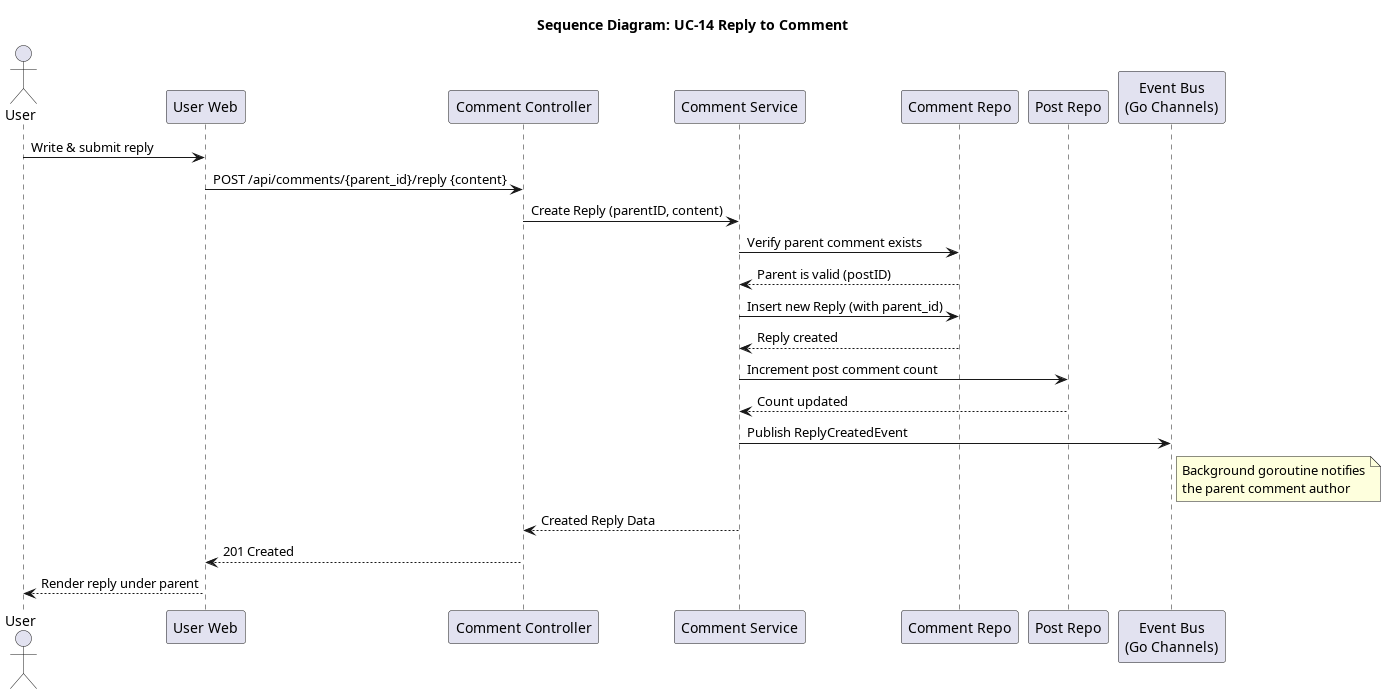
Earlier version of the PlantUML export docs/srs_add/SAD/diagrams/seq_14_reply_to_comment.png (giakiet05/lkforum-new). The source it was exported from:
```plantuml
@startuml seq_14_reply_to_comment
title Sequence Diagram: UC-14 Reply to Comment

actor User
participant "User Web" as Frontend
participant "Comment Controller" as Controller
participant "Comment Service" as Service
participant "Comment Repo" as CommentRepo
participant "Post Repo" as PostRepo
participant "Event Bus\n(Go Channels)" as EventBus

User -> Frontend: Write & submit reply
Frontend -> Controller: POST /api/comments/{parent_id}/reply {content}
Controller -> Service: Create Reply (parentID, content)
Service -> CommentRepo: Verify parent comment exists
CommentRepo --> Service: Parent is valid (postID)

Service -> CommentRepo: Insert new Reply (with parent_id)
CommentRepo --> Service: Reply created
Service -> PostRepo: Increment post comment count
PostRepo --> Service: Count updated

Service -> EventBus: Publish ReplyCreatedEvent
note right of EventBus
  Background goroutine notifies
  the parent comment author
end note

Service --> Controller: Created Reply Data
Controller --> Frontend: 201 Created
Frontend --> User: Render reply under parent
@enduml
```
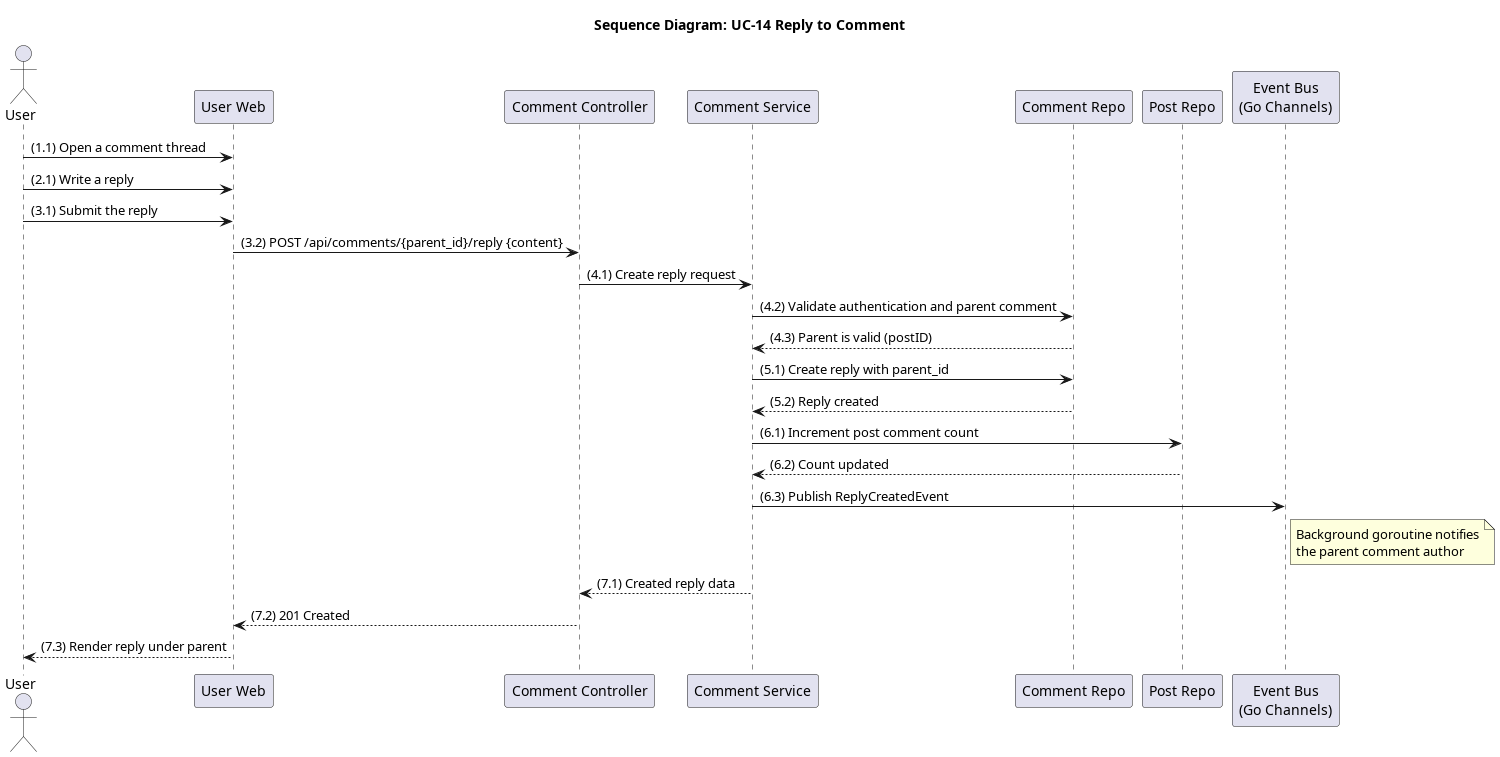
After the change.

Diff of the diagram source:
```diff
@@ -9,24 +9,26 @@
 participant "Post Repo" as PostRepo
 participant "Event Bus\n(Go Channels)" as EventBus
 
-User -> Frontend: Write & submit reply
-Frontend -> Controller: POST /api/comments/{parent_id}/reply {content}
-Controller -> Service: Create Reply (parentID, content)
-Service -> CommentRepo: Verify parent comment exists
-CommentRepo --> Service: Parent is valid (postID)
+User -> Frontend: (1.1) Open a comment thread
+User -> Frontend: (2.1) Write a reply
+User -> Frontend: (3.1) Submit the reply
+Frontend -> Controller: (3.2) POST /api/comments/{parent_id}/reply {content}
+Controller -> Service: (4.1) Create reply request
+Service -> CommentRepo: (4.2) Validate authentication and parent comment
+CommentRepo --> Service: (4.3) Parent is valid (postID)
 
-Service -> CommentRepo: Insert new Reply (with parent_id)
-CommentRepo --> Service: Reply created
-Service -> PostRepo: Increment post comment count
-PostRepo --> Service: Count updated
+Service -> CommentRepo: (5.1) Create reply with parent_id
+CommentRepo --> Service: (5.2) Reply created
+Service -> PostRepo: (6.1) Increment post comment count
+PostRepo --> Service: (6.2) Count updated
 
-Service -> EventBus: Publish ReplyCreatedEvent
+Service -> EventBus: (6.3) Publish ReplyCreatedEvent
 note right of EventBus
   Background goroutine notifies
   the parent comment author
 end note
 
-Service --> Controller: Created Reply Data
-Controller --> Frontend: 201 Created
-Frontend --> User: Render reply under parent
+Service --> Controller: (7.1) Created reply data
+Controller --> Frontend: (7.2) 201 Created
+Frontend --> User: (7.3) Render reply under parent
 @enduml
```
